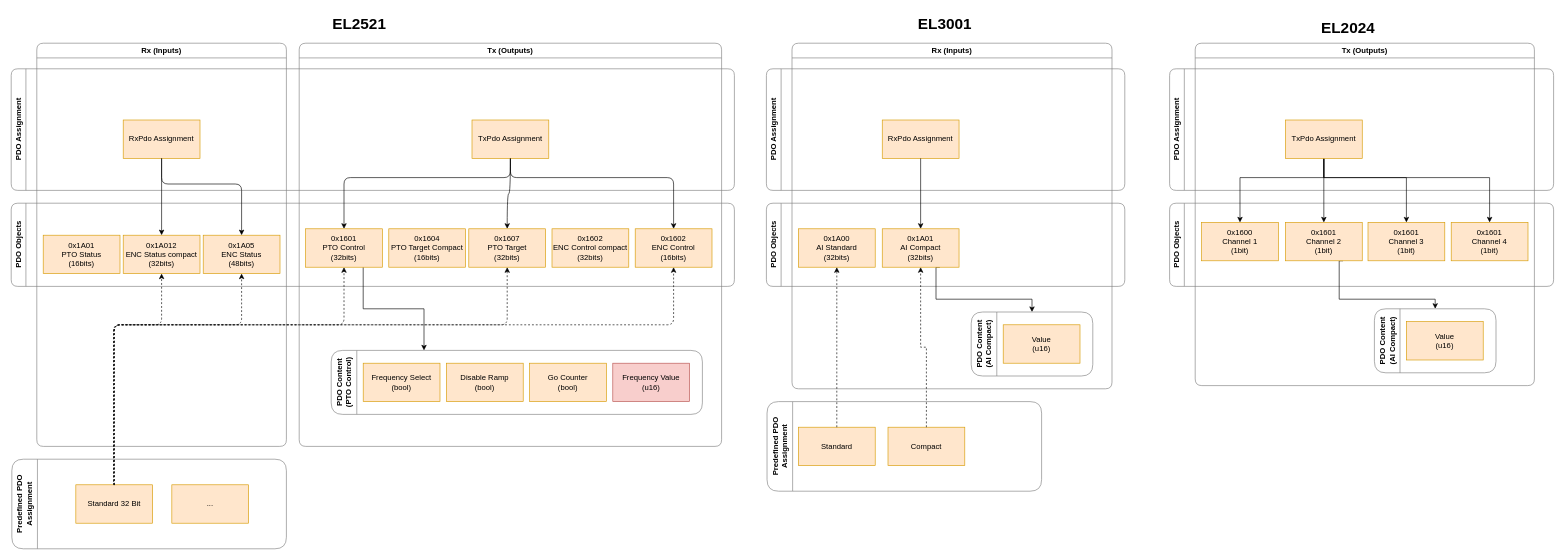
Earlier version of the draw.io diagram docs/drawio/pdo.drawio (qitechgmbh/control). Source tidied: cells renumbered, new cells numbered last; positions are measured from the earlier drawing's top-left corner, leaving out a move shared by most shapes. Both pictures are drawn from the tidied source at 64%, with x=0, y=0 at pixel (11, 11).
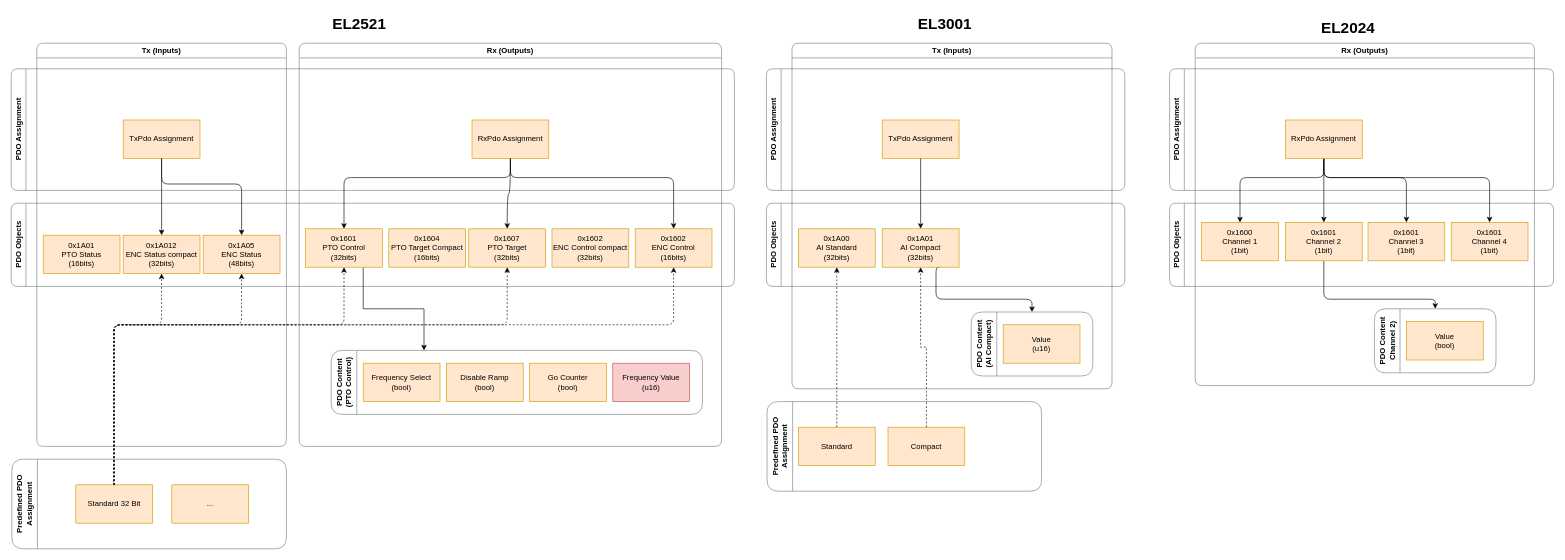
The same diagram, later.

Unchanged cells that the change refers to:
```xml
<mxCell id="40" value="0x1A01&lt;div&gt;AI Compact&lt;br&gt;(32bits)&lt;/div&gt;" style="rounded=0;whiteSpace=wrap;html=1;fillColor=#ffe6cc;strokeColor=#d79b00;" parent="37" vertex="1">
  <mxGeometry x="141" y="290" width="120" height="60" as="geometry" />
</mxCell>
<mxCell id="43" value="PDO Content&lt;br&gt;(AI Compact)" style="swimlane;horizontal=0;whiteSpace=wrap;html=1;strokeColor=#808080;rounded=1;startSize=40;" parent="37" vertex="1">
  <mxGeometry x="280" y="420" width="190" height="100" as="geometry" />
</mxCell>
<mxCell id="55" value="0x1600&lt;br&gt;Channel 1&lt;br&gt;(1bit)" style="rounded=0;whiteSpace=wrap;html=1;fillColor=#ffe6cc;strokeColor=#d79b00;" parent="54" vertex="1">
  <mxGeometry x="10" y="280" width="120" height="60" as="geometry" />
</mxCell>
<mxCell id="57" value="0x1601&lt;div&gt;Channel 2&lt;br&gt;(1bit)&lt;/div&gt;" style="rounded=0;whiteSpace=wrap;html=1;fillColor=#ffe6cc;strokeColor=#d79b00;" parent="54" vertex="1">
  <mxGeometry x="141" y="280" width="120" height="60" as="geometry" />
</mxCell>
<mxCell id="65" value="0x1601&lt;div&gt;Channel 3&lt;br&gt;(1bit)&lt;/div&gt;" style="rounded=0;whiteSpace=wrap;html=1;fillColor=#ffe6cc;strokeColor=#d79b00;" parent="54" vertex="1">
  <mxGeometry x="270" y="280" width="120" height="60" as="geometry" />
</mxCell>
<mxCell id="66" value="0x1601&lt;div&gt;Channel 4&lt;br&gt;(1bit)&lt;/div&gt;" style="rounded=0;whiteSpace=wrap;html=1;fillColor=#ffe6cc;strokeColor=#d79b00;" parent="54" vertex="1">
  <mxGeometry x="400" y="280" width="120" height="60" as="geometry" />
</mxCell>
```

What changed in the source:
```diff
@@
-    <mxCell id="7" value="Rx (Inputs)" style="swimlane;whiteSpace=wrap;html=1;strokeColor=#808080;rounded=1;" parent="1" vertex="1">
+    <mxCell id="7" value="Tx (Inputs)" style="swimlane;whiteSpace=wrap;html=1;strokeColor=#808080;rounded=1;" parent="1" vertex="1">
       <mxGeometry x="40" y="50" width="390" height="630" as="geometry" />
     </mxCell>
@@
-    <mxCell id="11" value="RxPdo Assignment" style="rounded=0;whiteSpace=wrap;html=1;fillColor=#ffe6cc;strokeColor=#d79b00;" parent="7" vertex="1">
+    <mxCell id="11" value="TxPdo Assignment" style="rounded=0;whiteSpace=wrap;html=1;fillColor=#ffe6cc;strokeColor=#d79b00;" parent="7" vertex="1">
       <mxGeometry x="135" y="120" width="120" height="60" as="geometry" />
     </mxCell>
@@
-    <mxCell id="22" value="Tx (Outputs)" style="swimlane;whiteSpace=wrap;html=1;strokeColor=#808080;rounded=1;" parent="1" vertex="1">
+    <mxCell id="22" value="Rx (Outputs)" style="swimlane;whiteSpace=wrap;html=1;strokeColor=#808080;rounded=1;" parent="1" vertex="1">
       <mxGeometry x="450" y="50" width="660" height="630" as="geometry" />
     </mxCell>
@@
-    <mxCell id="24" value="TxPdo Assignment" style="rounded=0;whiteSpace=wrap;html=1;fillColor=#ffe6cc;strokeColor=#d79b00;" parent="22" vertex="1">
+    <mxCell id="24" value="RxPdo Assignment" style="rounded=0;whiteSpace=wrap;html=1;fillColor=#ffe6cc;strokeColor=#d79b00;" parent="22" vertex="1">
       <mxGeometry x="270" y="120" width="120" height="60" as="geometry" />
     </mxCell>
@@
-    <mxCell id="37" value="Rx (Inputs)" style="swimlane;whiteSpace=wrap;html=1;strokeColor=#808080;rounded=1;" parent="1" vertex="1">
+    <mxCell id="37" value="Tx (Inputs)" style="swimlane;whiteSpace=wrap;html=1;strokeColor=#808080;rounded=1;" parent="1" vertex="1">
       <mxGeometry x="1220" y="50" width="500" height="540" as="geometry" />
     </mxCell>
@@
-    <mxCell id="39" style="edgeStyle=orthogonalEdgeStyle;rounded=0;jettySize=auto;html=1;exitX=0.75;exitY=1;exitDx=0;exitDy=0;entryX=0.5;entryY=0;entryDx=0;entryDy=0;" parent="37" edge="1" source="40" target="43">
+    <mxCell id="39" style="edgeStyle=orthogonalEdgeStyle;rounded=1;jettySize=auto;html=1;exitX=0.75;exitY=1;exitDx=0;exitDy=0;entryX=0.5;entryY=0;entryDx=0;entryDy=0;curved=0;" parent="37" edge="1" source="40" target="43">
       <mxGeometry relative="1" as="geometry">
         <Array as="points">
           <mxPoint x="225" y="400" />
           <mxPoint x="375" y="400" />
         </Array>
       </mxGeometry>
     </mxCell>
@@
-    <mxCell id="41" value="RxPdo Assignment" style="rounded=0;whiteSpace=wrap;html=1;fillColor=#ffe6cc;strokeColor=#d79b00;" parent="37" vertex="1">
+    <mxCell id="41" value="TxPdo Assignment" style="rounded=0;whiteSpace=wrap;html=1;fillColor=#ffe6cc;strokeColor=#d79b00;" parent="37" vertex="1">
       <mxGeometry x="141" y="120" width="120" height="60" as="geometry" />
     </mxCell>
@@
-    <mxCell id="54" value="Tx (Outputs)" style="swimlane;whiteSpace=wrap;html=1;strokeColor=#808080;rounded=1;" parent="1" vertex="1">
+    <mxCell id="54" value="Rx (Outputs)" style="swimlane;whiteSpace=wrap;html=1;strokeColor=#808080;rounded=1;" parent="1" vertex="1">
       <mxGeometry x="1850" y="50" width="530" height="535" as="geometry" />
     </mxCell>
@@
-    <mxCell id="56" style="edgeStyle=orthogonalEdgeStyle;rounded=0;jettySize=auto;html=1;exitX=0.75;exitY=1;exitDx=0;exitDy=0;entryX=0.5;entryY=0;entryDx=0;entryDy=0;" parent="54" edge="1" source="57" target="63">
+    <mxCell id="56" style="edgeStyle=orthogonalEdgeStyle;rounded=1;jettySize=auto;html=1;exitX=0.5;exitY=1;exitDx=0;exitDy=0;entryX=0.5;entryY=0;entryDx=0;entryDy=0;curved=0;" parent="54" edge="1" source="57" target="63">
       <mxGeometry relative="1" as="geometry">
         <Array as="points">
-          <mxPoint x="225" y="400" />
+          <mxPoint x="201" y="400" />
           <mxPoint x="375" y="400" />
         </Array>
       </mxGeometry>
     </mxCell>
@@
-    <mxCell id="58" style="edgeStyle=orthogonalEdgeStyle;rounded=0;jettySize=auto;html=1;exitX=0.5;exitY=1;exitDx=0;exitDy=0;entryX=0.5;entryY=0;entryDx=0;entryDy=0;" parent="54" edge="1" source="62" target="55">
+    <mxCell id="58" style="edgeStyle=orthogonalEdgeStyle;rounded=1;jettySize=auto;html=1;exitX=0.5;exitY=1;exitDx=0;exitDy=0;entryX=0.5;entryY=0;entryDx=0;entryDy=0;curved=0;" parent="54" edge="1" source="62" target="55">
       <mxGeometry relative="1" as="geometry">
         <Array as="points">
           <mxPoint x="201" y="210" />
           <mxPoint x="70" y="210" />
         </Array>
       </mxGeometry>
     </mxCell>
-    <mxCell id="59" style="edgeStyle=orthogonalEdgeStyle;rounded=0;jettySize=auto;html=1;exitX=0.5;exitY=1;exitDx=0;exitDy=0;entryX=0.5;entryY=0;entryDx=0;entryDy=0;" parent="54" edge="1" source="62" target="57">
+    <mxCell id="59" style="edgeStyle=orthogonalEdgeStyle;rounded=1;jettySize=auto;html=1;exitX=0.5;exitY=1;exitDx=0;exitDy=0;entryX=0.5;entryY=0;entryDx=0;entryDy=0;curved=0;" parent="54" edge="1" source="62" target="57">
       <mxGeometry relative="1" as="geometry" />
     </mxCell>
-    <mxCell id="60" style="edgeStyle=orthogonalEdgeStyle;rounded=0;jettySize=auto;html=1;exitX=0.5;exitY=1;exitDx=0;exitDy=0;entryX=0.5;entryY=0;entryDx=0;entryDy=0;" parent="54" edge="1" source="62" target="65">
+    <mxCell id="60" style="edgeStyle=orthogonalEdgeStyle;rounded=1;jettySize=auto;html=1;exitX=0.5;exitY=1;exitDx=0;exitDy=0;entryX=0.5;entryY=0;entryDx=0;entryDy=0;curved=0;" parent="54" edge="1" source="62" target="65">
       <mxGeometry relative="1" as="geometry">
         <Array as="points">
           <mxPoint x="201" y="210" />
           <mxPoint x="330" y="210" />
         </Array>
       </mxGeometry>
     </mxCell>
-    <mxCell id="61" style="edgeStyle=orthogonalEdgeStyle;rounded=0;jettySize=auto;html=1;exitX=0.5;exitY=1;exitDx=0;exitDy=0;entryX=0.5;entryY=0;entryDx=0;entryDy=0;" parent="54" edge="1" source="62" target="66">
+    <mxCell id="61" style="edgeStyle=orthogonalEdgeStyle;rounded=1;jettySize=auto;html=1;exitX=0.5;exitY=1;exitDx=0;exitDy=0;entryX=0.5;entryY=0;entryDx=0;entryDy=0;curved=0;" parent="54" edge="1" source="62" target="66">
       <mxGeometry relative="1" as="geometry">
         <Array as="points">
           <mxPoint x="201" y="210" />
           <mxPoint x="460" y="210" />
         </Array>
       </mxGeometry>
     </mxCell>
-    <mxCell id="62" value="TxPdo Assignment" style="rounded=0;whiteSpace=wrap;html=1;fillColor=#ffe6cc;strokeColor=#d79b00;" parent="54" vertex="1">
+    <mxCell id="62" value="RxPdo Assignment" style="rounded=0;whiteSpace=wrap;html=1;fillColor=#ffe6cc;strokeColor=#d79b00;" parent="54" vertex="1">
       <mxGeometry x="141" y="120" width="120" height="60" as="geometry" />
     </mxCell>
-    <mxCell id="63" value="PDO Content&lt;br&gt;(AI Compact)" style="swimlane;horizontal=0;whiteSpace=wrap;html=1;strokeColor=#808080;rounded=1;startSize=40;" parent="54" vertex="1">
+    <mxCell id="63" value="PDO Content&lt;br&gt;Channel 2)" style="swimlane;horizontal=0;whiteSpace=wrap;html=1;strokeColor=#808080;rounded=1;startSize=40;" parent="54" vertex="1">
       <mxGeometry x="280" y="415" width="190" height="100" as="geometry" />
     </mxCell>
-    <mxCell id="64" value="Value&lt;br&gt;(u16)" style="rounded=0;whiteSpace=wrap;html=1;fillColor=#ffe6cc;strokeColor=#d79b00;" parent="63" vertex="1">
+    <mxCell id="64" value="Value&lt;br&gt;(bool)" style="rounded=0;whiteSpace=wrap;html=1;fillColor=#ffe6cc;strokeColor=#d79b00;" parent="63" vertex="1">
       <mxGeometry x="50" y="20" width="120" height="60" as="geometry" />
     </mxCell>
```
